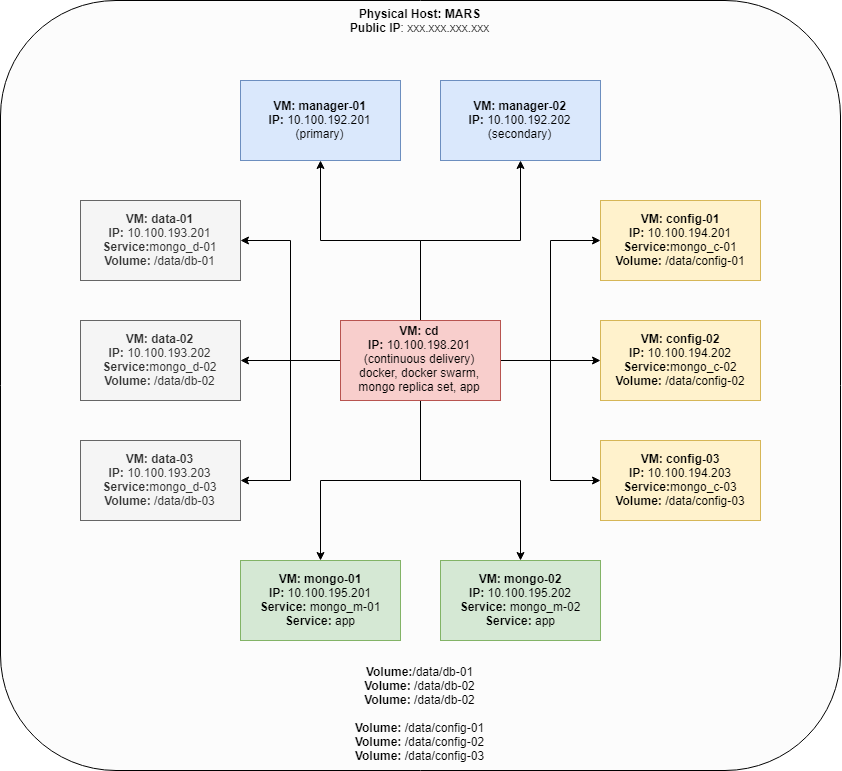
Above: MongoSwarm.png in gjovanov/mongo-swarm (draw.io), before the change. Source tidied: cells renumbered, new cells last; positions are measured from the earlier drawing's top-left corner, leaving out a move shared by most shapes.
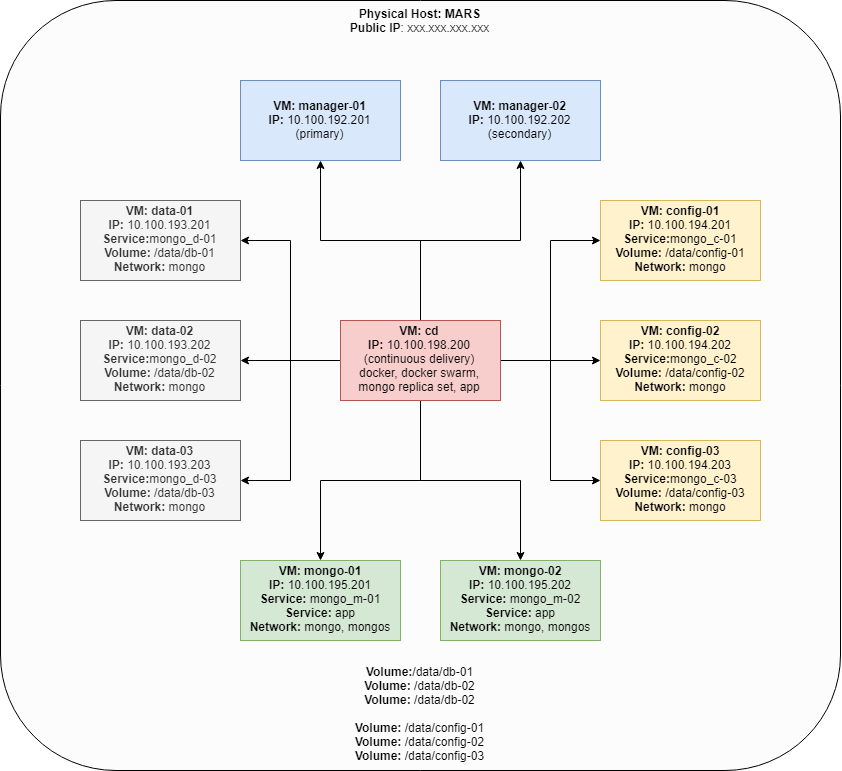
Above is the later version.

Diff of the diagram source:
```diff
@@ -5,13 +5,13 @@
     <mxCell id="2" value="&lt;b&gt;Physical Host: MARS&lt;/b&gt;&lt;br&gt;&lt;b&gt;Public IP&lt;/b&gt;&lt;span&gt;: xxx.xxx.xxx.xxx&lt;/span&gt;&lt;br&gt;&lt;br&gt;&lt;br&gt;&lt;br&gt;&lt;br&gt;&lt;br&gt;&lt;br&gt;&lt;br&gt;&lt;br&gt;&lt;br&gt;&lt;br&gt;&lt;br&gt;&lt;br&gt;&lt;br&gt;&lt;br&gt;&lt;br&gt;&lt;br&gt;&lt;br&gt;&lt;br&gt;&lt;br&gt;&lt;br&gt;&lt;br&gt;&lt;br&gt;&lt;br&gt;&lt;br&gt;&lt;br&gt;&lt;br&gt;&lt;br&gt;&lt;br&gt;&lt;br&gt;&lt;br&gt;&lt;br&gt;&lt;br&gt;&lt;br&gt;&lt;br&gt;&lt;br&gt;&lt;br&gt;&lt;br&gt;&lt;br&gt;&lt;br&gt;&lt;br&gt;&lt;br&gt;&lt;br&gt;&lt;br&gt;&lt;br&gt;&lt;br&gt;&lt;b&gt;Volume:&lt;/b&gt;&lt;span&gt;/data/db-01&lt;/span&gt;&lt;br&gt;&lt;b&gt;Volume:&amp;nbsp;&lt;/b&gt;&lt;span&gt;/data/db-02&lt;/span&gt;&lt;br&gt;&lt;b&gt;Volume:&amp;nbsp;&lt;/b&gt;&lt;span&gt;/data/db-02&lt;/span&gt;&lt;br&gt;&lt;br&gt;&lt;b&gt;Volume:&amp;nbsp;&lt;/b&gt;&lt;span&gt;/data/config-01&lt;/span&gt;&lt;br&gt;&lt;b&gt;Volume:&amp;nbsp;&lt;/b&gt;&lt;span&gt;/data/config-02&lt;/span&gt;&lt;br&gt;&lt;b&gt;Volume:&amp;nbsp;&lt;/b&gt;&lt;span&gt;/data/config-03&lt;/span&gt;&lt;br&gt;" style="rounded=1;whiteSpace=wrap;html=1;align=center;verticalAlign=top;fillColor=#FCFCFC;" parent="1" vertex="1">
       <mxGeometry width="840" height="770" as="geometry" />
     </mxCell>
-    <mxCell id="3" value="&lt;b&gt;VM&lt;/b&gt;&lt;b&gt;: data-01&lt;/b&gt;&lt;br&gt;&lt;div&gt;&lt;b&gt;IP:&lt;/b&gt; 10.100.193.201&lt;/div&gt;&lt;div&gt;&lt;b&gt;Service:&lt;/b&gt;&lt;span&gt;mongo_d-01&lt;/span&gt;&lt;br&gt;&lt;/div&gt;&lt;div&gt;&lt;b&gt;Volume:&lt;/b&gt; /data/db-01&lt;/div&gt;" style="rounded=0;whiteSpace=wrap;html=1;align=center;fillColor=#f5f5f5;strokeColor=#666666;fontColor=#333333;" parent="1" vertex="1">
+    <mxCell id="3" value="&lt;b&gt;VM&lt;/b&gt;&lt;b&gt;: data-01&lt;/b&gt;&lt;br&gt;&lt;div&gt;&lt;b&gt;IP:&lt;/b&gt; 10.100.193.201&lt;/div&gt;&lt;div&gt;&lt;b&gt;Service:&lt;/b&gt;&lt;span&gt;mongo_d-01&lt;/span&gt;&lt;br&gt;&lt;/div&gt;&lt;div&gt;&lt;b&gt;Volume:&lt;/b&gt; /data/db-01&lt;/div&gt;&lt;div&gt;&lt;b&gt;Network:&amp;nbsp;&lt;/b&gt;mongo&lt;/div&gt;" style="rounded=0;whiteSpace=wrap;html=1;align=center;fillColor=#f5f5f5;strokeColor=#666666;fontColor=#333333;" parent="1" vertex="1">
       <mxGeometry x="80" y="200" width="160" height="80" as="geometry" />
     </mxCell>
-    <mxCell id="4" value="&lt;b&gt;VM&lt;/b&gt;&lt;b&gt;: data-02&lt;/b&gt;&lt;br&gt;&lt;div&gt;&lt;b&gt;IP:&lt;/b&gt; 10.100.193.202&lt;/div&gt;&lt;div&gt;&lt;b&gt;Service:&lt;/b&gt;&lt;span&gt;mongo_d-02&lt;/span&gt;&lt;br&gt;&lt;/div&gt;&lt;div&gt;&lt;b&gt;Volume:&amp;nbsp;&lt;/b&gt;/data/db-02&lt;span&gt;&lt;br&gt;&lt;/span&gt;&lt;/div&gt;" style="rounded=0;whiteSpace=wrap;html=1;align=center;fillColor=#f5f5f5;strokeColor=#666666;fontColor=#333333;" parent="1" vertex="1">
+    <mxCell id="4" value="&lt;b&gt;VM&lt;/b&gt;&lt;b&gt;: data-02&lt;/b&gt;&lt;br&gt;&lt;div&gt;&lt;b&gt;IP:&lt;/b&gt; 10.100.193.202&lt;/div&gt;&lt;div&gt;&lt;b&gt;Service:&lt;/b&gt;&lt;span&gt;mongo_d-02&lt;/span&gt;&lt;br&gt;&lt;/div&gt;&lt;div&gt;&lt;b&gt;Volume:&amp;nbsp;&lt;/b&gt;/data/db-02&lt;span&gt;&lt;br&gt;&lt;/span&gt;&lt;/div&gt;&lt;div&gt;&lt;b&gt;Network:&amp;nbsp;&lt;/b&gt;mongo&lt;br&gt;&lt;/div&gt;" style="rounded=0;whiteSpace=wrap;html=1;align=center;fillColor=#f5f5f5;strokeColor=#666666;fontColor=#333333;" parent="1" vertex="1">
       <mxGeometry x="80" y="320" width="160" height="80" as="geometry" />
     </mxCell>
-    <mxCell id="5" value="&lt;b&gt;VM&lt;/b&gt;&lt;b&gt;: data-03&lt;/b&gt;&lt;br&gt;&lt;div&gt;&lt;b&gt;IP:&lt;/b&gt; 10.100.193.203&lt;/div&gt;&lt;div&gt;&lt;b&gt;Service:&lt;/b&gt;&lt;span&gt;mongo_d-03&lt;/span&gt;&lt;br&gt;&lt;/div&gt;&lt;div&gt;&lt;b&gt;Volume:&amp;nbsp;&lt;/b&gt;/data/db-03&lt;span&gt;&lt;br&gt;&lt;/span&gt;&lt;/div&gt;" style="rounded=0;whiteSpace=wrap;html=1;align=center;fillColor=#f5f5f5;strokeColor=#666666;fontColor=#333333;" parent="1" vertex="1">
+    <mxCell id="5" value="&lt;b&gt;VM&lt;/b&gt;&lt;b&gt;: data-03&lt;/b&gt;&lt;br&gt;&lt;div&gt;&lt;b&gt;IP:&lt;/b&gt; 10.100.193.203&lt;/div&gt;&lt;div&gt;&lt;b&gt;Service:&lt;/b&gt;&lt;span&gt;mongo_d-03&lt;/span&gt;&lt;br&gt;&lt;/div&gt;&lt;div&gt;&lt;b&gt;Volume:&amp;nbsp;&lt;/b&gt;/data/db-03&lt;span&gt;&lt;br&gt;&lt;/span&gt;&lt;/div&gt;&lt;div&gt;&lt;b&gt;Network:&amp;nbsp;&lt;/b&gt;mongo&lt;br&gt;&lt;/div&gt;" style="rounded=0;whiteSpace=wrap;html=1;align=center;fillColor=#f5f5f5;strokeColor=#666666;fontColor=#333333;" parent="1" vertex="1">
       <mxGeometry x="80" y="440" width="160" height="80" as="geometry" />
     </mxCell>
     <mxCell id="6" value="&lt;b&gt;VM: manager-01&lt;/b&gt;&lt;br&gt;&lt;div&gt;&lt;b&gt;IP:&lt;/b&gt; 10.100.192.201&lt;/div&gt;&lt;div&gt;&lt;span style=&quot;text-align: center&quot;&gt;(primary)&lt;/span&gt;&lt;/div&gt;" style="rounded=0;whiteSpace=wrap;html=1;align=center;fillColor=#dae8fc;strokeColor=#6c8ebf;" parent="1" vertex="1">
@@ -20,19 +20,19 @@
     <mxCell id="7" value="&lt;b&gt;VM&lt;/b&gt;&lt;b&gt;: manager-02&lt;/b&gt;&lt;br&gt;&lt;div&gt;&lt;b&gt;IP:&lt;/b&gt; 10.100.192.202&lt;/div&gt;&lt;div&gt;&lt;span&gt;(secondary)&lt;/span&gt;&lt;/div&gt;" style="rounded=0;whiteSpace=wrap;html=1;align=center;fillColor=#dae8fc;strokeColor=#6c8ebf;" parent="1" vertex="1">
       <mxGeometry x="440" y="80" width="160" height="80" as="geometry" />
     </mxCell>
-    <mxCell id="8" value="&lt;b&gt;VM&lt;/b&gt;&lt;b&gt;: config-01&lt;/b&gt;&lt;br&gt;&lt;div&gt;&lt;b&gt;IP:&lt;/b&gt; 10.100.194.201&lt;/div&gt;&lt;div&gt;&lt;b&gt;Service:&lt;/b&gt;&lt;span&gt;mongo_c-01&lt;/span&gt;&lt;br&gt;&lt;/div&gt;&lt;div&gt;&lt;b&gt;Volume:&amp;nbsp;&lt;/b&gt;/data/config-01&lt;span&gt;&lt;br&gt;&lt;/span&gt;&lt;/div&gt;" style="rounded=0;whiteSpace=wrap;html=1;align=center;fillColor=#fff2cc;strokeColor=#d6b656;" parent="1" vertex="1">
+    <mxCell id="8" value="&lt;b&gt;VM&lt;/b&gt;&lt;b&gt;: config-01&lt;/b&gt;&lt;br&gt;&lt;div&gt;&lt;b&gt;IP:&lt;/b&gt; 10.100.194.201&lt;/div&gt;&lt;div&gt;&lt;b&gt;Service:&lt;/b&gt;&lt;span&gt;mongo_c-01&lt;/span&gt;&lt;br&gt;&lt;/div&gt;&lt;div&gt;&lt;b&gt;Volume:&amp;nbsp;&lt;/b&gt;/data/config-01&lt;span&gt;&lt;br&gt;&lt;/span&gt;&lt;/div&gt;&lt;div&gt;&lt;b&gt;Network:&amp;nbsp;&lt;/b&gt;&lt;span&gt;mongo&lt;/span&gt;&lt;br&gt;&lt;/div&gt;" style="rounded=0;whiteSpace=wrap;html=1;align=center;fillColor=#fff2cc;strokeColor=#d6b656;" parent="1" vertex="1">
       <mxGeometry x="600" y="200" width="160" height="80" as="geometry" />
     </mxCell>
-    <mxCell id="9" value="&lt;b&gt;VM&lt;/b&gt;&lt;b&gt;: config-02&lt;/b&gt;&lt;br&gt;&lt;div&gt;&lt;b&gt;IP:&lt;/b&gt; 10.100.194.202&lt;/div&gt;&lt;div&gt;&lt;b&gt;Service:&lt;/b&gt;&lt;span&gt;mongo_c-02&lt;/span&gt;&lt;br&gt;&lt;/div&gt;&lt;div&gt;&lt;b&gt;Volume:&amp;nbsp;&lt;/b&gt;/data/config-02&lt;span&gt;&lt;br&gt;&lt;/span&gt;&lt;/div&gt;" style="rounded=0;whiteSpace=wrap;html=1;align=center;fillColor=#fff2cc;strokeColor=#d6b656;" parent="1" vertex="1">
+    <mxCell id="9" value="&lt;b&gt;VM&lt;/b&gt;&lt;b&gt;: config-02&lt;/b&gt;&lt;br&gt;&lt;div&gt;&lt;b&gt;IP:&lt;/b&gt; 10.100.194.202&lt;/div&gt;&lt;div&gt;&lt;b&gt;Service:&lt;/b&gt;&lt;span&gt;mongo_c-02&lt;/span&gt;&lt;br&gt;&lt;/div&gt;&lt;div&gt;&lt;b&gt;Volume:&amp;nbsp;&lt;/b&gt;/data/config-02&lt;span&gt;&lt;br&gt;&lt;/span&gt;&lt;/div&gt;&lt;div&gt;&lt;b&gt;Network:&amp;nbsp;&lt;/b&gt;&lt;span&gt;mongo&lt;/span&gt;&lt;br&gt;&lt;/div&gt;" style="rounded=0;whiteSpace=wrap;html=1;align=center;fillColor=#fff2cc;strokeColor=#d6b656;" parent="1" vertex="1">
       <mxGeometry x="600" y="320" width="160" height="80" as="geometry" />
     </mxCell>
-    <mxCell id="10" value="&lt;b&gt;VM&lt;/b&gt;&lt;b&gt;: config-03&lt;/b&gt;&lt;br&gt;&lt;div&gt;&lt;b&gt;IP:&lt;/b&gt; 10.100.194.203&lt;/div&gt;&lt;div&gt;&lt;b&gt;Service:&lt;/b&gt;&lt;span&gt;mongo_c-03&lt;/span&gt;&lt;br&gt;&lt;/div&gt;&lt;div&gt;&lt;b&gt;Volume:&amp;nbsp;&lt;/b&gt;/data/config-03&lt;span&gt;&lt;br&gt;&lt;/span&gt;&lt;/div&gt;" style="rounded=0;whiteSpace=wrap;html=1;align=center;fillColor=#fff2cc;strokeColor=#d6b656;" parent="1" vertex="1">
+    <mxCell id="10" value="&lt;b&gt;VM&lt;/b&gt;&lt;b&gt;: config-03&lt;/b&gt;&lt;br&gt;&lt;div&gt;&lt;b&gt;IP:&lt;/b&gt; 10.100.194.203&lt;/div&gt;&lt;div&gt;&lt;b&gt;Service:&lt;/b&gt;&lt;span&gt;mongo_c-03&lt;/span&gt;&lt;br&gt;&lt;/div&gt;&lt;div&gt;&lt;b&gt;Volume:&amp;nbsp;&lt;/b&gt;/data/config-03&lt;span&gt;&lt;br&gt;&lt;/span&gt;&lt;/div&gt;&lt;div&gt;&lt;b&gt;Network:&amp;nbsp;&lt;/b&gt;&lt;span&gt;mongo&lt;/span&gt;&lt;br&gt;&lt;/div&gt;" style="rounded=0;whiteSpace=wrap;html=1;align=center;fillColor=#fff2cc;strokeColor=#d6b656;" parent="1" vertex="1">
       <mxGeometry x="600" y="440" width="160" height="80" as="geometry" />
     </mxCell>
-    <mxCell id="11" value="&lt;b&gt;VM&lt;/b&gt;&lt;b&gt;: mongo-01&lt;/b&gt;&lt;br&gt;&lt;div&gt;&lt;b&gt;IP:&lt;/b&gt; 10.100.195.201&lt;br&gt;&lt;/div&gt;&lt;div&gt;&lt;b&gt;Service:&amp;nbsp;&lt;/b&gt;mongo_m-01&lt;br&gt;&lt;/div&gt;&lt;div&gt;&lt;b&gt;Service:&amp;nbsp;&lt;/b&gt;app&lt;br&gt;&lt;/div&gt;" style="rounded=0;whiteSpace=wrap;html=1;align=center;fillColor=#d5e8d4;strokeColor=#82b366;" parent="1" vertex="1">
+    <mxCell id="11" value="&lt;b&gt;VM&lt;/b&gt;&lt;b&gt;: mongo-01&lt;/b&gt;&lt;br&gt;&lt;div&gt;&lt;b&gt;IP:&lt;/b&gt; 10.100.195.201&lt;br&gt;&lt;/div&gt;&lt;div&gt;&lt;b&gt;Service:&amp;nbsp;&lt;/b&gt;mongo_m-01&lt;br&gt;&lt;/div&gt;&lt;div&gt;&lt;b&gt;Service:&amp;nbsp;&lt;/b&gt;app&lt;br&gt;&lt;/div&gt;&lt;div&gt;&lt;b&gt;Network:&amp;nbsp;&lt;/b&gt;&lt;span&gt;mongo, mongos&lt;/span&gt;&lt;br&gt;&lt;/div&gt;" style="rounded=0;whiteSpace=wrap;html=1;align=center;fillColor=#d5e8d4;strokeColor=#82b366;" parent="1" vertex="1">
       <mxGeometry x="240" y="560" width="160" height="80" as="geometry" />
     </mxCell>
-    <mxCell id="12" value="&lt;b&gt;VM&lt;/b&gt;&lt;b&gt;: mongo-02&lt;/b&gt;&lt;br&gt;&lt;div&gt;&lt;b&gt;IP:&lt;/b&gt; 10.100.195.202&lt;br&gt;&lt;/div&gt;&lt;div&gt;&lt;b&gt;Service:&amp;nbsp;&lt;/b&gt;mongo_m-02&lt;br&gt;&lt;/div&gt;&lt;div&gt;&lt;b&gt;Service:&amp;nbsp;&lt;/b&gt;app&lt;br&gt;&lt;/div&gt;" style="rounded=0;whiteSpace=wrap;html=1;align=center;fillColor=#d5e8d4;strokeColor=#82b366;" parent="1" vertex="1">
+    <mxCell id="12" value="&lt;b&gt;VM&lt;/b&gt;&lt;b&gt;: mongo-02&lt;/b&gt;&lt;br&gt;&lt;div&gt;&lt;b&gt;IP:&lt;/b&gt; 10.100.195.202&lt;br&gt;&lt;/div&gt;&lt;div&gt;&lt;b&gt;Service:&amp;nbsp;&lt;/b&gt;mongo_m-02&lt;br&gt;&lt;/div&gt;&lt;div&gt;&lt;b&gt;Service:&amp;nbsp;&lt;/b&gt;app&lt;br&gt;&lt;/div&gt;&lt;div&gt;&lt;b&gt;Network:&amp;nbsp;&lt;/b&gt;&lt;span&gt;mongo, mongos&lt;/span&gt;&lt;br&gt;&lt;/div&gt;" style="rounded=0;whiteSpace=wrap;html=1;align=center;fillColor=#d5e8d4;strokeColor=#82b366;" parent="1" vertex="1">
       <mxGeometry x="440" y="560" width="160" height="80" as="geometry" />
     </mxCell>
     <mxCell id="13" style="edgeStyle=orthogonalEdgeStyle;rounded=0;jettySize=auto;html=1;entryX=1;entryY=0.5;entryDx=0;entryDy=0;" parent="1" edge="1" source="23" target="3">
@@ -65,7 +65,7 @@
     <mxCell id="22" style="edgeStyle=orthogonalEdgeStyle;rounded=0;jettySize=auto;html=1;entryX=0.5;entryY=1;entryDx=0;entryDy=0;" parent="1" edge="1" source="23" target="7">
       <mxGeometry relative="1" as="geometry" />
     </mxCell>
-    <mxCell id="23" value="&lt;b&gt;VM&lt;/b&gt;&lt;b&gt;: cd&lt;/b&gt;&lt;br&gt;&lt;div&gt;&lt;b&gt;IP:&lt;/b&gt; 10.100.198.201&lt;/div&gt;&lt;div&gt;&lt;span&gt;(continuous delivery)&lt;/span&gt;&lt;/div&gt;&lt;div&gt;&lt;span&gt;docker, docker swarm, mongo replica set, app&lt;/span&gt;&lt;br&gt;&lt;/div&gt;" style="rounded=0;whiteSpace=wrap;html=1;align=center;fillColor=#f8cecc;strokeColor=#b85450;" parent="1" vertex="1">
+    <mxCell id="23" value="&lt;b&gt;VM&lt;/b&gt;&lt;b&gt;: cd&lt;/b&gt;&lt;br&gt;&lt;div&gt;&lt;b&gt;IP:&lt;/b&gt; 10.100.198.200&lt;/div&gt;&lt;div&gt;&lt;span&gt;(continuous delivery)&lt;/span&gt;&lt;/div&gt;&lt;div&gt;&lt;span&gt;docker, docker swarm, mongo replica set, app&lt;/span&gt;&lt;br&gt;&lt;/div&gt;" style="rounded=0;whiteSpace=wrap;html=1;align=center;fillColor=#f8cecc;strokeColor=#b85450;" parent="1" vertex="1">
       <mxGeometry x="340" y="320" width="160" height="80" as="geometry" />
     </mxCell>
   </root>
```
